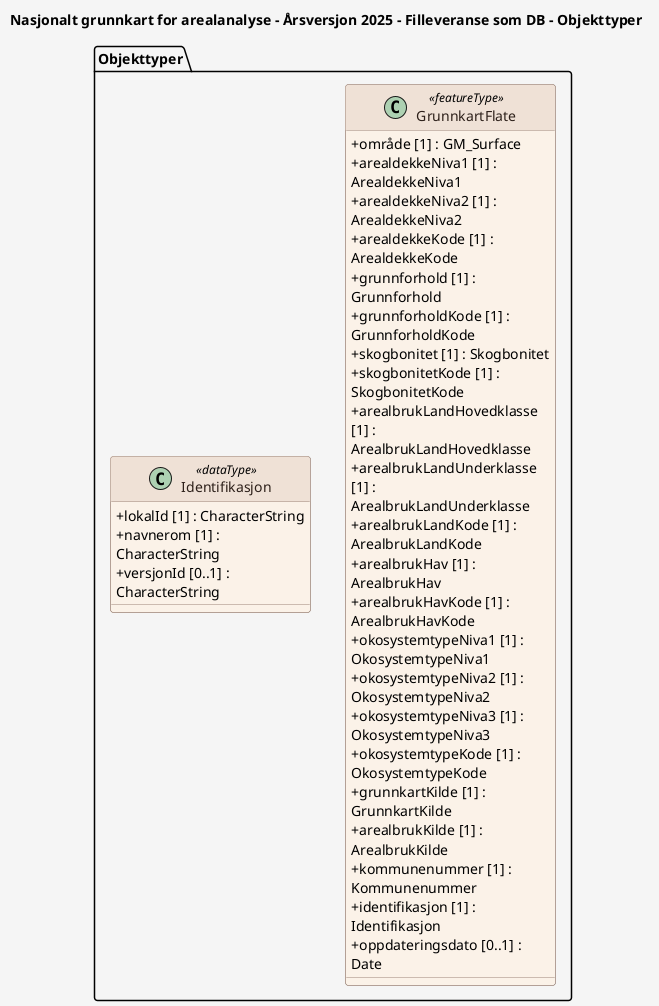
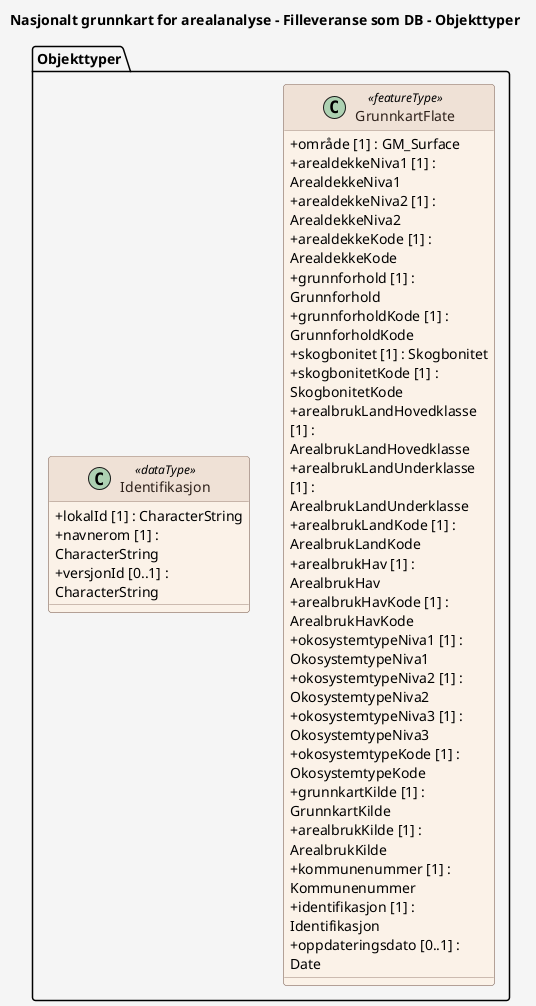
@startuml
' For wide diagrams, render with: plantuml -DPLANTUML_LIMIT_SIZE=16384 ...
' The 'scale max' directive below caps the rendered output to prevent the
' default PlantUML 4096px size limit from cropping the diagram.
scale max 4000*4000

- title Nasjonalt grunnkart for arealanalyse - Årsversjon 2025 - Filleveranse som DB - Objekttyper
+ title Nasjonalt grunnkart for arealanalyse - Filleveranse som DB - Objekttyper

skinparam backgroundColor #F5F5F5
skinparam shadowing false
skinparam RoundCorner 6
skinparam ArrowColor #6C8198
skinparam wrapWidth 200
skinparam class {
  BackgroundColor #FBF2E8
  BorderColor #9C8578
  FontColor #2D201A
  HeaderBackgroundColor #EFE1D6
  HeaderFontColor #2D201A
  AttributeIconSize 0
}
skinparam note {
  BackgroundColor #FFFFFF
  BorderColor #6C8198
  FontColor #2D201A
}
skinparam stereotypeCBackgroundColor #EAD9CE
skinparam stereotypeCBorderColor #9C8578
skinparam stereotypeCFontColor #2D201A

package "Objekttyper" {

  class GrunnkartFlate <<featureType>> {
    + område [1] : GM_Surface
    + arealdekkeNiva1 [1] : ArealdekkeNiva1
    + arealdekkeNiva2 [1] : ArealdekkeNiva2
    + arealdekkeKode [1] : ArealdekkeKode
    + grunnforhold [1] : Grunnforhold
    + grunnforholdKode [1] : GrunnforholdKode
    + skogbonitet [1] : Skogbonitet
    + skogbonitetKode [1] : SkogbonitetKode
    + arealbrukLandHovedklasse [1] : ArealbrukLandHovedklasse
    + arealbrukLandUnderklasse [1] : ArealbrukLandUnderklasse
    + arealbrukLandKode [1] : ArealbrukLandKode
    + arealbrukHav [1] : ArealbrukHav
    + arealbrukHavKode [1] : ArealbrukHavKode
    + okosystemtypeNiva1 [1] : OkosystemtypeNiva1
    + okosystemtypeNiva2 [1] : OkosystemtypeNiva2
    + okosystemtypeNiva3 [1] : OkosystemtypeNiva3
    + okosystemtypeKode [1] : OkosystemtypeKode
    + grunnkartKilde [1] : GrunnkartKilde
    + arealbrukKilde [1] : ArealbrukKilde
    + kommunenummer [1] : Kommunenummer
    + identifikasjon [1] : Identifikasjon
    + oppdateringsdato [0..1] : Date
  }

  class Identifikasjon <<dataType>> {
    + lokalId [1] : CharacterString
    + navnerom [1] : CharacterString
    + versjonId [0..1] : CharacterString
  }
}

@enduml
